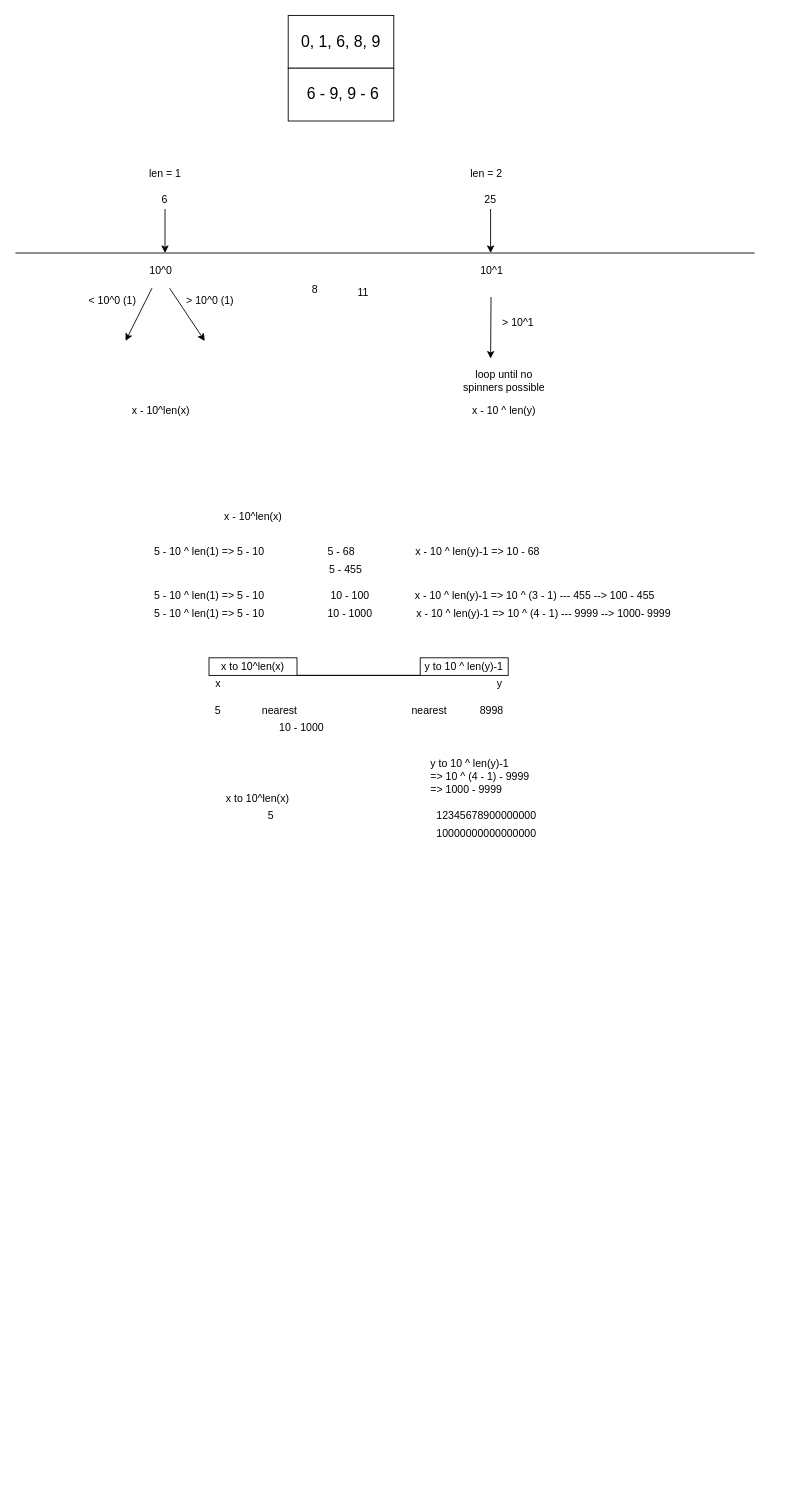
Before: 3kyu/plan.drawio in 0x0leon/codewars, a draw.io diagram. Source tidied: cells renumbered, new cells numbered last; positions are measured from the earlier drawing's top-left corner, leaving out a move shared by most shapes. Both pictures are drawn from the tidied source at 88%, with x=0, y=0 at pixel (15, 15).
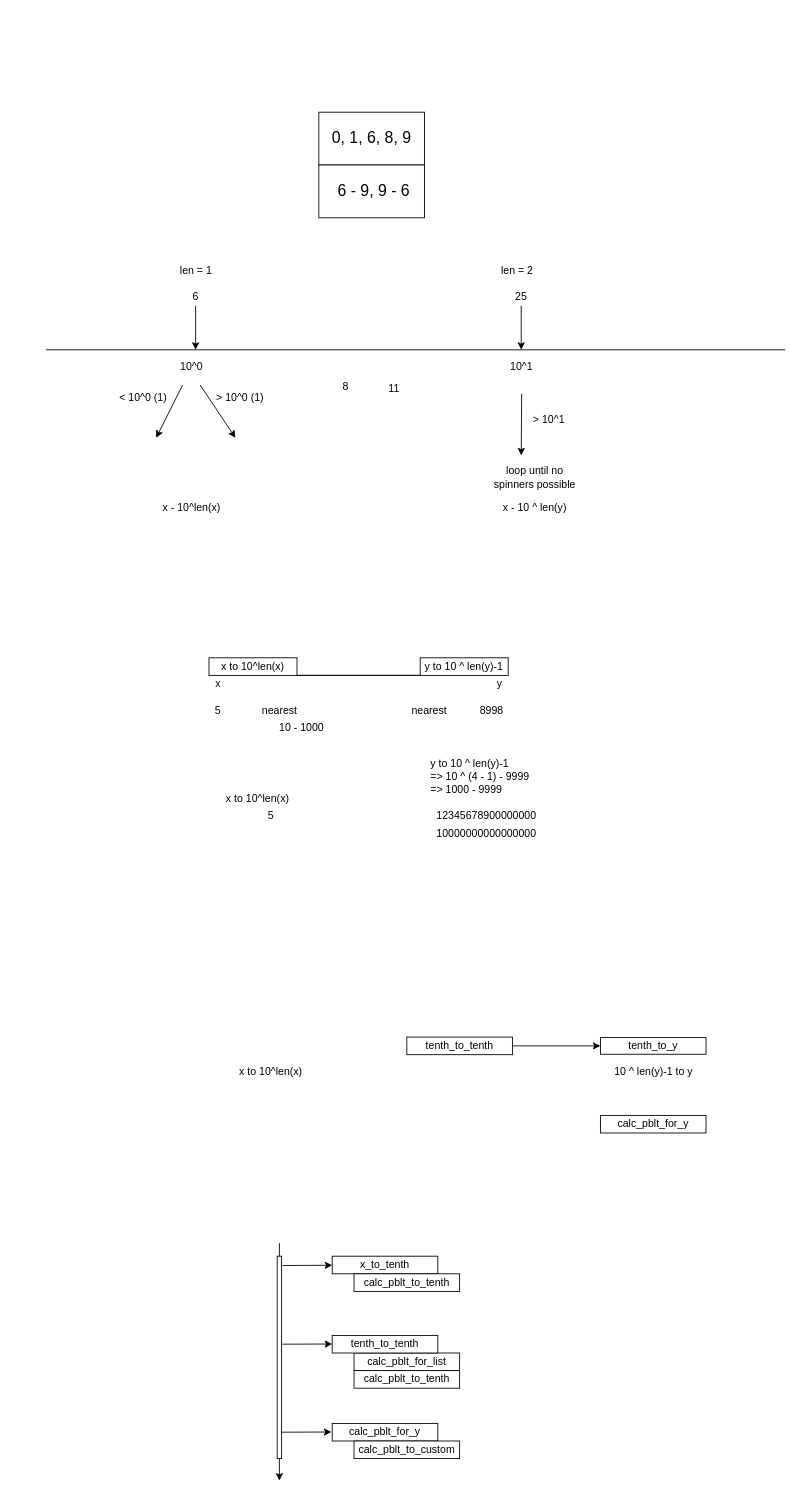
Above is the later version.

The edit, as a diff of the source:
```diff
@@
     <mxCell id="2" style="endArrow=none;html=1;" parent="1" edge="1">
       <mxGeometry relative="1" as="geometry">
-        <mxPoint y="270" as="sourcePoint" />
-        <mxPoint x="840" y="270" as="targetPoint" />
+        <mxPoint x="34.8" y="380" as="sourcePoint" />
+        <mxPoint x="874.8" y="380" as="targetPoint" />
       </mxGeometry>
     </mxCell>
     <mxCell id="3" style="edgeStyle=orthogonalEdgeStyle;rounded=0;jettySize=auto;html=1;exitX=0.5;exitY=1;exitDx=0;exitDy=0;" parent="1" edge="1" source="4">
       <mxGeometry relative="1" as="geometry">
-        <mxPoint x="170" y="270" as="targetPoint" />
+        <mxPoint x="204.8" y="380" as="targetPoint" />
       </mxGeometry>
     </mxCell>
     <mxCell id="4" value="6" style="text;html=1;strokeColor=none;fillColor=none;align=center;verticalAlign=middle;whiteSpace=wrap;rounded=0;" parent="1" vertex="1">
-      <mxGeometry x="150" y="200" width="40" height="20" as="geometry" />
+      <mxGeometry x="184.8" y="310" width="40" height="20" as="geometry" />
     </mxCell>
     <mxCell id="5" style="edgeStyle=orthogonalEdgeStyle;rounded=0;jettySize=auto;html=1;exitX=0.5;exitY=1;exitDx=0;exitDy=0;" parent="1" edge="1" source="6">
       <mxGeometry relative="1" as="geometry">
-        <mxPoint x="540" y="270" as="targetPoint" />
+        <mxPoint x="574.8" y="380" as="targetPoint" />
       </mxGeometry>
     </mxCell>
     <mxCell id="6" value="25" style="text;html=1;strokeColor=none;fillColor=none;align=center;verticalAlign=middle;whiteSpace=wrap;rounded=0;" parent="1" vertex="1">
-      <mxGeometry x="520" y="200" width="40" height="20" as="geometry" />
+      <mxGeometry x="554.8" y="310" width="40" height="20" as="geometry" />
     </mxCell>
     <mxCell id="7" value="0, 1, 6, 8, 9" style="rounded=0;whiteSpace=wrap;html=1;fontSize=18;" parent="1" vertex="1">
-      <mxGeometry x="310" width="120" height="60" as="geometry" />
+      <mxGeometry x="344.8" y="110" width="120" height="60" as="geometry" />
     </mxCell>
     <mxCell id="8" value="&lt;font style=&quot;font-size: 12px&quot;&gt;8&lt;/font&gt;" style="text;html=1;align=center;verticalAlign=middle;strokeColor=none;fillColor=none;fontSize=18;" parent="1" vertex="1">
-      <mxGeometry x="330" y="295" width="20" height="30" as="geometry" />
+      <mxGeometry x="364.8" y="405" width="20" height="30" as="geometry" />
     </mxCell>
     <mxCell id="9" value="11" style="text;html=1;align=center;verticalAlign=middle;strokeColor=none;fillColor=none;fontSize=12;" parent="1" vertex="1">
-      <mxGeometry x="380" y="305" width="30" height="20" as="geometry" />
+      <mxGeometry x="414.8" y="415" width="30" height="20" as="geometry" />
     </mxCell>
     <mxCell id="10" value="&amp;nbsp;6 - 9, 9 - 6" style="rounded=0;whiteSpace=wrap;html=1;fontSize=18;" parent="1" vertex="1">
-      <mxGeometry x="310" y="60" width="120" height="60" as="geometry" />
+      <mxGeometry x="344.8" y="170" width="120" height="60" as="geometry" />
     </mxCell>
     <mxCell id="11" value="len = 1" style="text;html=1;align=center;verticalAlign=middle;strokeColor=none;fillColor=none;fontSize=12;" parent="1" vertex="1">
-      <mxGeometry x="145" y="170" width="50" height="20" as="geometry" />
+      <mxGeometry x="179.8" y="280" width="50" height="20" as="geometry" />
     </mxCell>
     <mxCell id="12" value="len = 2" style="text;html=1;align=center;verticalAlign=middle;strokeColor=none;fillColor=none;fontSize=12;" parent="1" vertex="1">
-      <mxGeometry x="510" y="170" width="50" height="20" as="geometry" />
+      <mxGeometry x="544.8" y="280" width="50" height="20" as="geometry" />
     </mxCell>
     <mxCell id="13" value="10^0" style="text;html=1;align=center;verticalAlign=middle;strokeColor=none;fillColor=none;fontSize=12;" parent="1" vertex="1">
-      <mxGeometry x="145.2" y="280" width="40" height="20" as="geometry" />
+      <mxGeometry x="180" y="390" width="40" height="20" as="geometry" />
     </mxCell>
     <mxCell id="14" style="endArrow=classic;html=1;fontSize=12;" parent="1" edge="1">
       <mxGeometry relative="1" as="geometry">
-        <mxPoint x="175.2" y="310" as="sourcePoint" />
-        <mxPoint x="215.2" y="370" as="targetPoint" />
+        <mxPoint x="210" y="420" as="sourcePoint" />
+        <mxPoint x="250" y="480" as="targetPoint" />
       </mxGeometry>
     </mxCell>
@@
     <mxCell id="16" style="endArrow=classic;html=1;fontSize=12;" parent="1" edge="1">
       <mxGeometry relative="1" as="geometry">
-        <mxPoint x="155.2" y="310" as="sourcePoint" />
-        <mxPoint x="125.2" y="370" as="targetPoint" />
+        <mxPoint x="190" y="420" as="sourcePoint" />
+        <mxPoint x="160" y="480" as="targetPoint" />
       </mxGeometry>
     </mxCell>
@@
     <mxCell id="18" value="10^1" style="text;html=1;align=center;verticalAlign=middle;strokeColor=none;fillColor=none;fontSize=12;" parent="1" vertex="1">
-      <mxGeometry x="520.5" y="280" width="40" height="20" as="geometry" />
+      <mxGeometry x="555.3" y="390" width="40" height="20" as="geometry" />
     </mxCell>
     <mxCell id="19" style="endArrow=classic;html=1;fontSize=12;" parent="1" edge="1">
       <mxGeometry relative="1" as="geometry">
-        <mxPoint x="540.5" y="320" as="sourcePoint" />
-        <mxPoint x="540" y="390" as="targetPoint" />
+        <mxPoint x="575.3" y="430" as="sourcePoint" />
+        <mxPoint x="574.8" y="500" as="targetPoint" />
       </mxGeometry>
     </mxCell>
@@
     <mxCell id="21" value="loop until no &lt;br&gt;spinners possible" style="text;html=1;align=center;verticalAlign=middle;strokeColor=none;fillColor=none;fontSize=12;" parent="1" vertex="1">
-      <mxGeometry x="500" y="400" width="110" height="30" as="geometry" />
+      <mxGeometry x="534.8" y="510" width="110" height="30" as="geometry" />
     </mxCell>
     <mxCell id="22" value="x - 10^len(x)" style="text;html=1;align=center;verticalAlign=middle;strokeColor=none;fillColor=none;fontSize=12;" parent="1" vertex="1">
-      <mxGeometry x="125.2" y="440" width="80" height="20" as="geometry" />
+      <mxGeometry x="160" y="550" width="80" height="20" as="geometry" />
     </mxCell>
     <mxCell id="23" value="x - 10 ^ len(y)" style="text;html=1;align=center;verticalAlign=middle;strokeColor=none;fillColor=none;fontSize=12;" parent="1" vertex="1">
-      <mxGeometry x="510" y="440" width="90" height="20" as="geometry" />
+      <mxGeometry x="544.8" y="550" width="90" height="20" as="geometry" />
     </mxCell>
-    <mxCell id="24" value="5 - 68" style="text;html=1;align=center;verticalAlign=middle;strokeColor=none;fillColor=none;fontSize=12;" parent="1" vertex="1">
-      <mxGeometry x="345" y="600" width="50" height="20" as="geometry" />
-    </mxCell>
-    <mxCell id="25" value="x - 10^len(x)" style="text;html=1;align=center;verticalAlign=middle;strokeColor=none;fillColor=none;fontSize=12;" parent="1" vertex="1">
-      <mxGeometry x="230" y="560" width="80" height="20" as="geometry" />
-    </mxCell>
-    <mxCell id="26" value="5 - 10 ^ len(1) =&amp;gt; 5 - 10" style="text;html=1;align=center;verticalAlign=middle;strokeColor=none;fillColor=none;fontSize=12;" parent="1" vertex="1">
-      <mxGeometry x="150" y="600" width="140" height="20" as="geometry" />
-    </mxCell>
-    <mxCell id="27" value="x - 10 ^ len(y)-1 =&amp;gt; 10 - 68" style="text;html=1;align=center;verticalAlign=middle;strokeColor=none;fillColor=none;fontSize=12;" parent="1" vertex="1">
-      <mxGeometry x="445" y="600" width="160" height="20" as="geometry" />
-    </mxCell>
-    <mxCell id="28" value="5 - 455" style="text;html=1;align=center;verticalAlign=middle;strokeColor=none;fillColor=none;fontSize=12;" parent="1" vertex="1">
-      <mxGeometry x="350" y="620" width="50" height="20" as="geometry" />
-    </mxCell>
-    <mxCell id="29" value="5 - 10 ^ len(1) =&amp;gt; 5 - 10" style="text;html=1;align=center;verticalAlign=middle;strokeColor=none;fillColor=none;fontSize=12;" parent="1" vertex="1">
-      <mxGeometry x="150" y="650" width="140" height="20" as="geometry" />
-    </mxCell>
-    <mxCell id="30" value="x - 10 ^ len(y)-1 =&amp;gt; 10 ^ (3 - 1) --- 455 --&amp;gt; 100 - 455" style="text;html=1;align=center;verticalAlign=middle;strokeColor=none;fillColor=none;fontSize=12;" parent="1" vertex="1">
-      <mxGeometry x="445" y="650" width="290" height="20" as="geometry" />
-    </mxCell>
-    <mxCell id="31" value="10 - 100" style="text;html=1;align=center;verticalAlign=middle;strokeColor=none;fillColor=none;fontSize=12;" parent="1" vertex="1">
-      <mxGeometry x="350" y="650" width="60" height="20" as="geometry" />
-    </mxCell>
-    <mxCell id="32" value="5 - 10 ^ len(1) =&amp;gt; 5 - 10" style="text;html=1;align=center;verticalAlign=middle;strokeColor=none;fillColor=none;fontSize=12;" parent="1" vertex="1">
-      <mxGeometry x="150" y="670" width="140" height="20" as="geometry" />
-    </mxCell>
-    <mxCell id="33" value="x - 10 ^ len(y)-1 =&amp;gt; 10 ^ (4 - 1) --- 9999 --&amp;gt; 1000- 9999" style="text;html=1;align=center;verticalAlign=middle;strokeColor=none;fillColor=none;fontSize=12;" parent="1" vertex="1">
-      <mxGeometry x="450" y="670" width="300" height="20" as="geometry" />
-    </mxCell>
-    <mxCell id="34" value="10 - 1000" style="text;html=1;align=center;verticalAlign=middle;strokeColor=none;fillColor=none;fontSize=12;" parent="1" vertex="1">
-      <mxGeometry x="345" y="670" width="70" height="20" as="geometry" />
-    </mxCell>
@@
+    <mxCell id="51" value="x_to_tenth" style="whiteSpace=wrap;html=1;" parent="1" vertex="1">
+      <mxGeometry x="360" y="1410" width="120" height="20" as="geometry" />
+    </mxCell>
+    <mxCell id="52" style="edgeStyle=orthogonalEdgeStyle;rounded=0;jettySize=auto;html=1;" parent="1" edge="1" source="53" target="54">
+      <mxGeometry relative="1" as="geometry" />
+    </mxCell>
+    <mxCell id="53" value="tenth_to_tenth" style="whiteSpace=wrap;html=1;" parent="1" vertex="1">
+      <mxGeometry x="444.8" y="1161" width="120" height="20" as="geometry" />
+    </mxCell>
+    <mxCell id="54" value="tenth_to_y" style="whiteSpace=wrap;html=1;" parent="1" vertex="1">
+      <mxGeometry x="664.8" y="1161.5" width="120" height="19" as="geometry" />
+    </mxCell>
+    <mxCell id="55" value="calc_pblt_for_list" style="whiteSpace=wrap;html=1;" parent="1" vertex="1">
+      <mxGeometry x="384.8" y="1520" width="120" height="20" as="geometry" />
+    </mxCell>
+    <mxCell id="56" value="calc_pblt_for_y" style="whiteSpace=wrap;html=1;" parent="1" vertex="1">
+      <mxGeometry x="664.8" y="1250" width="120" height="20" as="geometry" />
+    </mxCell>
+    <mxCell id="57" value="x to 10^len(x)" style="text;html=1;align=center;verticalAlign=middle;strokeColor=none;fillColor=none;" parent="1" vertex="1">
+      <mxGeometry x="244.8" y="1191" width="90" height="20" as="geometry" />
+    </mxCell>
+    <mxCell id="58" value="10 ^ len(y)-1 to y" style="text;html=1;align=center;verticalAlign=middle;strokeColor=none;fillColor=none;fontSize=12;" parent="1" vertex="1">
+      <mxGeometry x="674.8" y="1191" width="100" height="20" as="geometry" />
+    </mxCell>
+    <mxCell id="59" style="endArrow=classic;html=1;" parent="1" edge="1">
+      <mxGeometry relative="1" as="geometry">
+        <mxPoint x="300" y="1395" as="sourcePoint" />
+        <mxPoint x="300" y="1665" as="targetPoint" />
+      </mxGeometry>
+    </mxCell>
+    <mxCell id="60" value="calc_pblt_to_tenth" style="whiteSpace=wrap;html=1;" parent="1" vertex="1">
+      <mxGeometry x="384.8" y="1430" width="120" height="20" as="geometry" />
+    </mxCell>
+    <mxCell id="61" value="calc_pblt_for_y" style="whiteSpace=wrap;html=1;" parent="1" vertex="1">
+      <mxGeometry x="360" y="1600" width="120" height="20" as="geometry" />
+    </mxCell>
+    <mxCell id="62" value="calc_pblt_to_custom" style="whiteSpace=wrap;html=1;" parent="1" vertex="1">
+      <mxGeometry x="384.8" y="1620" width="120" height="20" as="geometry" />
+    </mxCell>
+    <mxCell id="63" value="tenth_to_tenth" style="whiteSpace=wrap;html=1;" parent="1" vertex="1">
+      <mxGeometry x="360" y="1500" width="120" height="20" as="geometry" />
+    </mxCell>
+    <mxCell id="64" value="calc_pblt_to_tenth" style="whiteSpace=wrap;html=1;" parent="1" vertex="1">
+      <mxGeometry x="384.8" y="1540" width="120" height="20" as="geometry" />
+    </mxCell>
+    <mxCell id="65" style="edgeStyle=none;rounded=0;jettySize=auto;html=1;jumpStyle=none;exitX=1.195;exitY=0.046;exitDx=0;exitDy=0;exitPerimeter=0;" parent="1" edge="1" source="66" target="51">
+      <mxGeometry relative="1" as="geometry" />
+    </mxCell>
+    <mxCell id="66" style="rounded=0;whiteSpace=wrap;html=1;" parent="1" vertex="1">
+      <mxGeometry x="297.5" y="1410" width="5" height="230" as="geometry" />
+    </mxCell>
+    <mxCell id="67" style="edgeStyle=none;rounded=0;orthogonalLoop=1;jettySize=auto;html=1;jumpStyle=none;exitX=1.195;exitY=0.046;exitDx=0;exitDy=0;exitPerimeter=0;" parent="1" edge="1">
+      <mxGeometry relative="1" as="geometry">
+        <mxPoint x="303.5" y="1510" as="sourcePoint" />
+        <mxPoint x="360" y="1509.8" as="targetPoint" />
+      </mxGeometry>
+    </mxCell>
+    <mxCell id="68" style="edgeStyle=none;rounded=0;orthogonalLoop=1;jettySize=auto;html=1;jumpStyle=none;exitX=1.195;exitY=0.046;exitDx=0;exitDy=0;exitPerimeter=0;" parent="1" edge="1">
+      <mxGeometry relative="1" as="geometry">
+        <mxPoint x="302.5" y="1610" as="sourcePoint" />
+        <mxPoint x="359.1" y="1609.8" as="targetPoint" />
+      </mxGeometry>
+    </mxCell>
```
